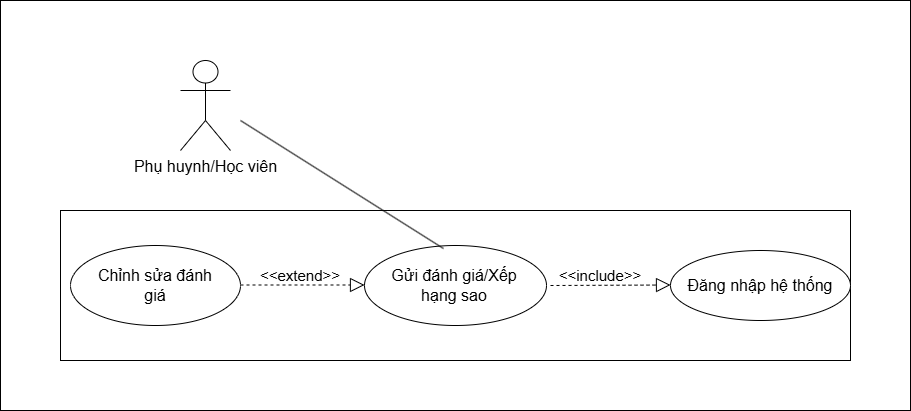
The draw.io diagram diagrams/1-analysis/functional/Module4-QLDanhGia&BaoCao/UC13/UC13.drawio.png in namdz2908/PhanTichThietKeHeThong-Nhom23-Ky20252, before a commit. Source tidied: cells renumbered, new cells last; positions are measured from the earlier drawing's top-left corner, leaving out a move shared by most shapes.
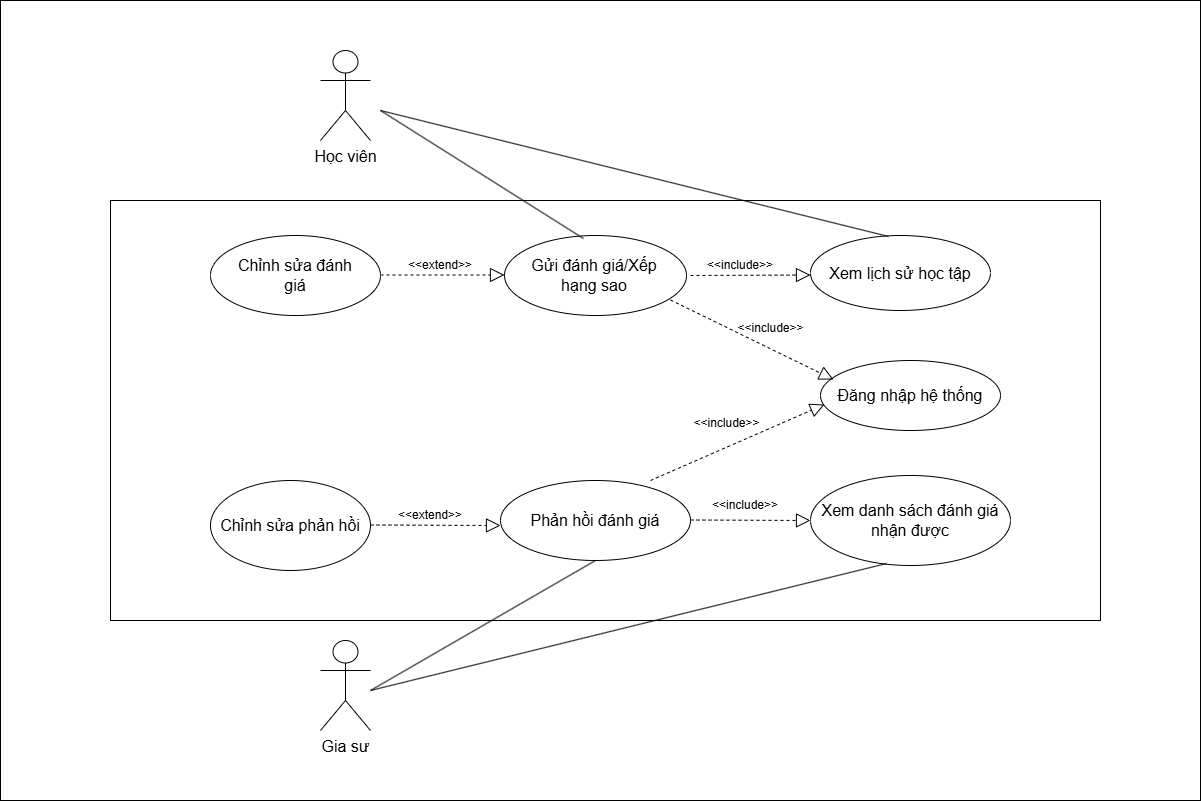
The same file after the commit.

What changed in the source:
```diff
@@ -3,12 +3,12 @@
     <mxCell id="0" />
     <mxCell id="1" parent="0" />
     <mxCell id="2" style="rounded=0;whiteSpace=wrap;html=1;" parent="1" vertex="1">
-      <mxGeometry width="910" height="410" as="geometry" />
+      <mxGeometry x="-140" y="10" width="1200" height="800" as="geometry" />
     </mxCell>
     <mxCell id="3" style="rounded=0;whiteSpace=wrap;html=1;" parent="1" vertex="1">
-      <mxGeometry x="60" y="210" width="790" height="150" as="geometry" />
+      <mxGeometry x="-30" y="210" width="990" height="420" as="geometry" />
     </mxCell>
-    <mxCell id="4" value="&lt;font style=&quot;font-size: 16px;&quot;&gt;Phụ huynh/Học viên&lt;/font&gt;" style="shape=umlActor;verticalLabelPosition=bottom;verticalAlign=top;html=1;" parent="1" vertex="1">
+    <mxCell id="4" value="&lt;font style=&quot;font-size: 16px;&quot;&gt;Học viên&lt;/font&gt;" style="shape=umlActor;verticalLabelPosition=bottom;verticalAlign=top;html=1;" parent="1" vertex="1">
       <mxGeometry x="180" y="60" width="50" height="90" as="geometry" />
     </mxCell>
     <mxCell id="5" style="ellipse;whiteSpace=wrap;html=1;" parent="1" vertex="1">
@@ -33,15 +33,15 @@
       </mxGeometry>
     </mxCell>
     <mxCell id="10" value="&lt;font style=&quot;font-size: 16px;&quot;&gt;Đăng nhập hệ thống&lt;/font&gt;" style="ellipse;whiteSpace=wrap;html=1;" parent="1" vertex="1">
-      <mxGeometry x="670" y="250" width="180" height="70" as="geometry" />
+      <mxGeometry x="680" y="370" width="180" height="70" as="geometry" />
     </mxCell>
     <mxCell id="11" value="&lt;span style=&quot;font-size: 16px;&quot;&gt;Chỉnh sửa đánh giá&lt;/span&gt;" style="text;html=1;whiteSpace=wrap;strokeColor=none;fillColor=none;align=center;verticalAlign=middle;rounded=0;" parent="1" vertex="1">
       <mxGeometry x="90" y="270" width="130" height="30" as="geometry" />
     </mxCell>
-    <mxCell id="12" value="&lt;font style=&quot;font-size: 15px;&quot;&gt;&amp;lt;&amp;lt;extend&amp;gt;&amp;gt;&lt;/font&gt;" style="text;html=1;whiteSpace=wrap;strokeColor=none;fillColor=none;align=center;verticalAlign=middle;rounded=0;" parent="1" vertex="1">
+    <mxCell id="12" value="&lt;font&gt;&amp;lt;&amp;lt;extend&amp;gt;&amp;gt;&lt;/font&gt;" style="text;html=1;whiteSpace=wrap;strokeColor=none;fillColor=none;align=center;verticalAlign=middle;rounded=0;" parent="1" vertex="1">
       <mxGeometry x="260" y="260" width="80" height="30" as="geometry" />
     </mxCell>
-    <mxCell id="13" value="&lt;font style=&quot;font-size: 15px;&quot;&gt;&amp;lt;&amp;lt;include&amp;gt;&amp;gt;&lt;/font&gt;" style="text;html=1;whiteSpace=wrap;strokeColor=none;fillColor=none;align=center;verticalAlign=middle;rounded=0;" parent="1" vertex="1">
+    <mxCell id="13" value="&lt;font&gt;&amp;lt;&amp;lt;include&amp;gt;&amp;gt;&lt;/font&gt;" style="text;html=1;whiteSpace=wrap;strokeColor=none;fillColor=none;align=center;verticalAlign=middle;rounded=0;" parent="1" vertex="1">
       <mxGeometry x="560" y="260" width="80" height="30" as="geometry" />
     </mxCell>
     <mxCell id="14" style="endArrow=none;html=1;rounded=0;entryX=0.434;entryY=0.038;entryDx=0;entryDy=0;entryPerimeter=0;" parent="1" edge="1" target="5">
@@ -49,5 +49,69 @@
         <mxPoint x="240" y="120" as="sourcePoint" />
       </mxGeometry>
     </mxCell>
+    <mxCell id="15" value="&lt;font style=&quot;font-size: 16px;&quot;&gt;Xem lịch sử học tập&lt;/font&gt;" style="ellipse;whiteSpace=wrap;html=1;" parent="1" vertex="1">
+      <mxGeometry x="670" y="245" width="180" height="75" as="geometry" />
+    </mxCell>
+    <mxCell id="16" style="endArrow=block;dashed=1;endFill=0;endSize=12;html=1;rounded=0;entryX=0.072;entryY=0.271;entryDx=0;entryDy=0;entryPerimeter=0;" parent="1" edge="1" target="10">
+      <mxGeometry relative="1" as="geometry">
+        <mxPoint x="530" y="309.5" as="sourcePoint" />
+      </mxGeometry>
+    </mxCell>
+    <mxCell id="17" value="&lt;span style=&quot;font-weight: normal;&quot;&gt;&amp;lt;&amp;lt;include&amp;gt;&amp;gt;&lt;/span&gt;" style="text;align=center;fontStyle=1;verticalAlign=middle;spacingLeft=3;spacingRight=3;strokeColor=none;html=1;" parent="1" vertex="1">
+      <mxGeometry x="590" y="325" width="80" height="26" as="geometry" />
+    </mxCell>
+    <mxCell id="18" value="&lt;font style=&quot;font-size: 16px;&quot;&gt;Gia sư&lt;/font&gt;" style="shape=umlActor;verticalLabelPosition=bottom;verticalAlign=top;html=1;" parent="1" vertex="1">
+      <mxGeometry x="180" y="650" width="50" height="90" as="geometry" />
+    </mxCell>
+    <mxCell id="19" value="&lt;font style=&quot;font-size: 16px;&quot;&gt;Chỉnh sửa phản hồi&lt;/font&gt;" style="ellipse;whiteSpace=wrap;html=1;" parent="1" vertex="1">
+      <mxGeometry x="70" y="490" width="160" height="90" as="geometry" />
+    </mxCell>
+    <mxCell id="20" style="endArrow=block;dashed=1;endFill=0;endSize=12;html=1;rounded=0;" parent="1" edge="1">
+      <mxGeometry relative="1" as="geometry">
+        <mxPoint x="230" y="534.5" as="sourcePoint" />
+        <mxPoint x="360" y="535" as="targetPoint" />
+      </mxGeometry>
+    </mxCell>
+    <mxCell id="21" value="&amp;lt;&amp;lt;extend&amp;gt;&amp;gt;" style="text;html=1;whiteSpace=wrap;strokeColor=none;fillColor=none;align=center;verticalAlign=middle;rounded=0;" parent="1" vertex="1">
+      <mxGeometry x="250" y="510" width="80" height="30" as="geometry" />
+    </mxCell>
+    <mxCell id="22" value="&lt;font style=&quot;font-size: 16px;&quot;&gt;Phản hồi đánh giá&lt;/font&gt;" style="ellipse;whiteSpace=wrap;html=1;" parent="1" vertex="1">
+      <mxGeometry x="360" y="490" width="190" height="80" as="geometry" />
+    </mxCell>
+    <mxCell id="23" value="&lt;font style=&quot;font-size: 16px;&quot;&gt;Xem danh sách đánh giá nhận được&lt;/font&gt;" style="ellipse;whiteSpace=wrap;html=1;" parent="1" vertex="1">
+      <mxGeometry x="670" y="485" width="200" height="90" as="geometry" />
+    </mxCell>
+    <mxCell id="24" style="endArrow=block;dashed=1;endFill=0;endSize=12;html=1;rounded=0;" parent="1" edge="1">
+      <mxGeometry relative="1" as="geometry">
+        <mxPoint x="550" y="529.5" as="sourcePoint" />
+        <mxPoint x="670" y="530" as="targetPoint" />
+      </mxGeometry>
+    </mxCell>
+    <mxCell id="25" style="endArrow=block;dashed=1;endFill=0;endSize=12;html=1;rounded=0;entryX=0.022;entryY=0.629;entryDx=0;entryDy=0;entryPerimeter=0;" parent="1" edge="1" target="10">
+      <mxGeometry relative="1" as="geometry">
+        <mxPoint x="510" y="490" as="sourcePoint" />
+      </mxGeometry>
+    </mxCell>
+    <mxCell id="26" value="&amp;lt;&amp;lt;include&amp;gt;&amp;gt;" style="text;html=1;whiteSpace=wrap;strokeColor=none;fillColor=none;align=center;verticalAlign=middle;rounded=0;" parent="1" vertex="1">
+      <mxGeometry x="570" y="500" width="70" height="30" as="geometry" />
+    </mxCell>
+    <mxCell id="27" value="&lt;span style=&quot;font-weight: normal;&quot;&gt;&amp;lt;&amp;lt;include&amp;gt;&amp;gt;&lt;/span&gt;" style="text;align=center;fontStyle=1;verticalAlign=middle;spacingLeft=3;spacingRight=3;strokeColor=none;html=1;" parent="1" vertex="1">
+      <mxGeometry x="546" y="420" width="80" height="26" as="geometry" />
+    </mxCell>
+    <mxCell id="28" style="endArrow=none;html=1;rounded=0;entryX=0.433;entryY=0.013;entryDx=0;entryDy=0;entryPerimeter=0;" parent="1" edge="1" target="15">
+      <mxGeometry relative="1" as="geometry">
+        <mxPoint x="240" y="120" as="sourcePoint" />
+      </mxGeometry>
+    </mxCell>
+    <mxCell id="29" style="endArrow=none;html=1;rounded=0;entryX=0.5;entryY=1;entryDx=0;entryDy=0;" parent="1" edge="1" target="22">
+      <mxGeometry relative="1" as="geometry">
+        <mxPoint x="230" y="700" as="sourcePoint" />
+      </mxGeometry>
+    </mxCell>
+    <mxCell id="30" style="endArrow=none;html=1;rounded=0;entryX=0.38;entryY=0.978;entryDx=0;entryDy=0;entryPerimeter=0;" parent="1" edge="1" target="23">
+      <mxGeometry relative="1" as="geometry">
+        <mxPoint x="230" y="700" as="sourcePoint" />
+      </mxGeometry>
+    </mxCell>
   </root>
 </mxGraphModel>
```
